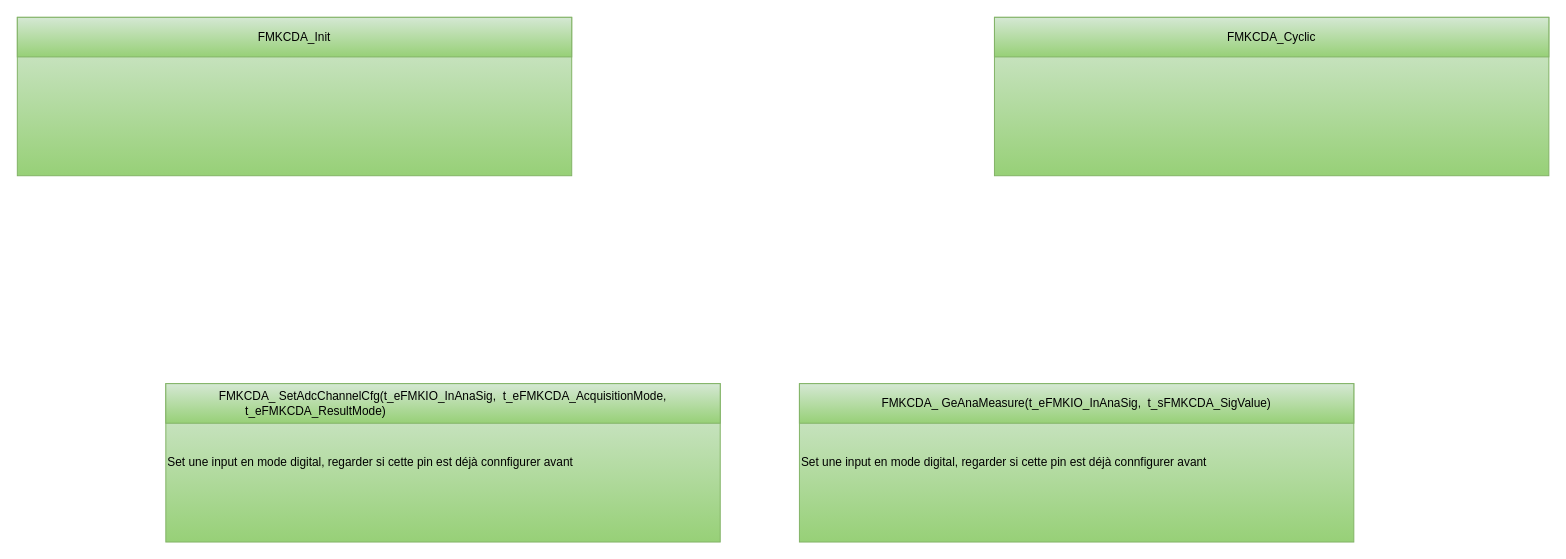
mbarbeau0545/Stm32PrjTpl keeps this draw.io diagram as page "API" (3 of 9) of src/1_FMK/FMK_HAL/FMK_CDA/Doc/FMK_CDA.drawio. Above is the earlier version. Source tidied: cells renumbered, new cells numbered last; positions are measured from the earlier drawing's top-left corner, leaving out a move shared by most shapes. Both pictures are drawn from the tidied source at 99%, with x=0, y=0 at pixel (17, 17).
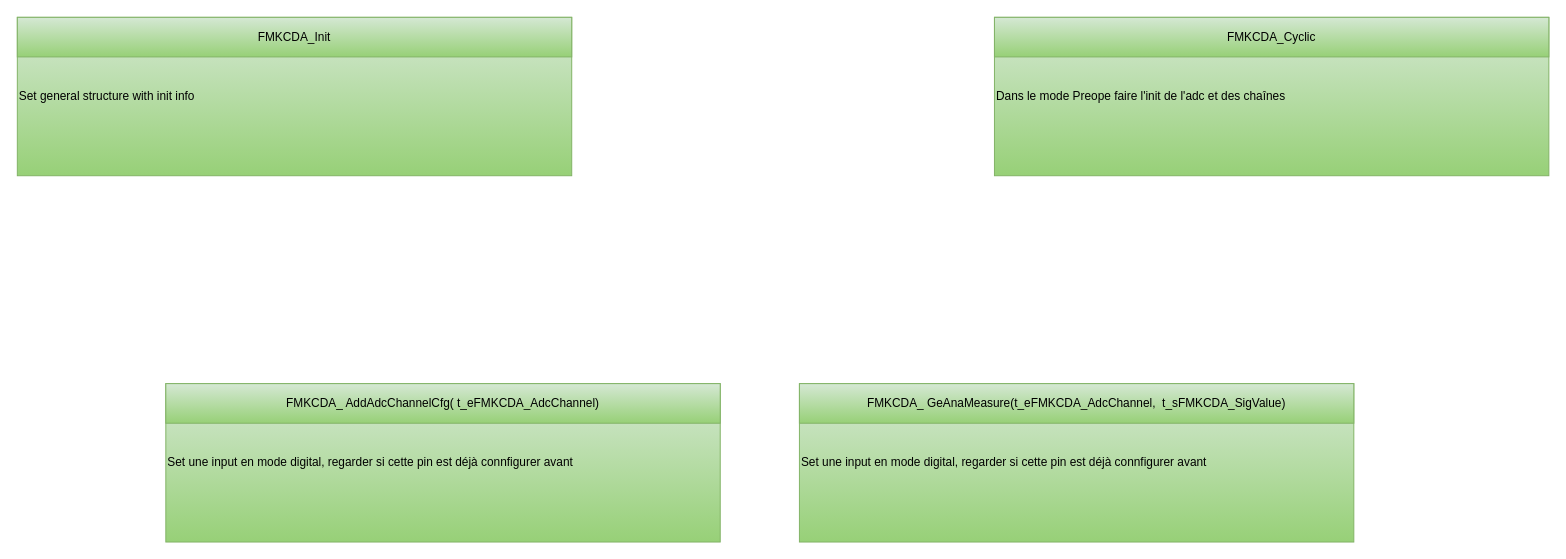
Above is the later version.

What changed in the source:
```diff
@@
 <mxGraphModel>
   <root>
     <mxCell id="0" />
     <mxCell id="1" parent="0" />
     <mxCell id="2" style="group;" parent="1" vertex="1">
       <mxGeometry x="150" y="370" width="560" height="160" as="geometry" />
     </mxCell>
     <mxCell id="3" value="Set une input en mode digital, regarder si cette pin est déjà connfigurer avant&amp;nbsp;" style="rounded=0;whiteSpace=wrap;html=1;fillColor=#d5e8d4;gradientColor=#97d077;strokeColor=#82b366;fontColor=#000000;align=left;" parent="2" vertex="1">
       <mxGeometry width="560" height="160" as="geometry" />
     </mxCell>
-    <mxCell id="4" value="&lt;div style=&quot;text-align: left;&quot;&gt;&lt;span style=&quot;background-color: initial;&quot;&gt;FMK&lt;span style=&quot;text-wrap: nowrap;&quot;&gt;CDA_ SetAdcChannelCfg(t_eFMKIO_InAnaSig,&amp;nbsp;&amp;nbsp;&lt;/span&gt;&lt;/span&gt;&lt;span style=&quot;text-wrap: nowrap; background-color: initial;&quot;&gt;t_eFMKCDA_AcquisitionMode,&lt;/span&gt;&lt;/div&gt;&lt;div style=&quot;text-align: left;&quot;&gt;&lt;span style=&quot;text-wrap: nowrap;&quot;&gt;&lt;span style=&quot;white-space: pre;&quot;&gt;&#9;&lt;/span&gt;t_eFMKCDA_ResultMode)&lt;/span&gt;&lt;span style=&quot;text-wrap: nowrap; background-color: initial;&quot;&gt;&lt;br&gt;&lt;/span&gt;&lt;/div&gt;" style="rounded=0;whiteSpace=wrap;html=1;fillColor=#d5e8d4;gradientColor=#97d077;strokeColor=#82b366;fontColor=#000000;" parent="2" vertex="1">
+    <mxCell id="4" value="&lt;div style=&quot;text-align: left;&quot;&gt;&lt;span style=&quot;background-color: initial;&quot;&gt;FMK&lt;span style=&quot;text-wrap: nowrap;&quot;&gt;CDA_ AddAdcChannelCfg( t_eFMKCDA_AdcChannel&lt;/span&gt;&lt;/span&gt;&lt;span style=&quot;text-wrap: nowrap; background-color: initial;&quot;&gt;)&lt;/span&gt;&lt;br&gt;&lt;/div&gt;" style="rounded=0;whiteSpace=wrap;html=1;fillColor=#d5e8d4;gradientColor=#97d077;strokeColor=#82b366;fontColor=#000000;" parent="2" vertex="1">
       <mxGeometry width="560" height="40" as="geometry" />
     </mxCell>
     <mxCell id="5" style="group;" parent="1" vertex="1">
       <mxGeometry x="790" y="370" width="560" height="160" as="geometry" />
     </mxCell>
     <mxCell id="6" value="Set une input en mode digital, regarder si cette pin est déjà connfigurer avant&amp;nbsp;" style="rounded=0;whiteSpace=wrap;html=1;fillColor=#d5e8d4;gradientColor=#97d077;strokeColor=#82b366;fontColor=#000000;align=left;" parent="5" vertex="1">
       <mxGeometry width="560" height="160" as="geometry" />
     </mxCell>
-    <mxCell id="7" value="&lt;div style=&quot;text-align: left;&quot;&gt;&lt;span style=&quot;background-color: initial;&quot;&gt;FMK&lt;span style=&quot;text-wrap: nowrap;&quot;&gt;CDA_ GeAnaMeasure(t_eFMKIO_InAnaSig,&amp;nbsp;&amp;nbsp;&lt;/span&gt;&lt;/span&gt;&lt;span style=&quot;text-wrap: nowrap; background-color: initial;&quot;&gt;t&lt;/span&gt;&lt;span style=&quot;text-wrap: nowrap; background-color: initial;&quot;&gt;_sFMKCDA_SigValue&lt;/span&gt;&lt;span style=&quot;background-color: initial; text-wrap: nowrap;&quot;&gt;)&lt;/span&gt;&lt;/div&gt;" style="rounded=0;whiteSpace=wrap;html=1;fillColor=#d5e8d4;gradientColor=#97d077;strokeColor=#82b366;fontColor=#000000;" parent="5" vertex="1">
+    <mxCell id="7" value="&lt;div style=&quot;text-align: left;&quot;&gt;&lt;span style=&quot;background-color: initial;&quot;&gt;FMK&lt;span style=&quot;text-wrap: nowrap;&quot;&gt;CDA_ GeAnaMeasure(&lt;/span&gt;&lt;/span&gt;&lt;span style=&quot;text-wrap: nowrap;&quot;&gt;t_eFMKCDA_AdcChannel&lt;/span&gt;&lt;span style=&quot;background-color: initial;&quot;&gt;&lt;span style=&quot;text-wrap: nowrap;&quot;&gt;,&amp;nbsp;&amp;nbsp;&lt;/span&gt;&lt;/span&gt;&lt;span style=&quot;text-wrap: nowrap; background-color: initial;&quot;&gt;t&lt;/span&gt;&lt;span style=&quot;text-wrap: nowrap; background-color: initial;&quot;&gt;_sFMKCDA_SigValue&lt;/span&gt;&lt;span style=&quot;background-color: initial; text-wrap: nowrap;&quot;&gt;)&lt;/span&gt;&lt;/div&gt;" style="rounded=0;whiteSpace=wrap;html=1;fillColor=#d5e8d4;gradientColor=#97d077;strokeColor=#82b366;fontColor=#000000;" parent="5" vertex="1">
       <mxGeometry width="560" height="40" as="geometry" />
     </mxCell>
     <mxCell id="8" style="group;" parent="1" vertex="1">
       <mxGeometry x="987" width="560" height="160" as="geometry" />
     </mxCell>
-    <mxCell id="9" style="rounded=0;whiteSpace=wrap;html=1;fillColor=#d5e8d4;gradientColor=#97d077;strokeColor=#82b366;fontColor=#000000;align=left;" parent="8" vertex="1">
+    <mxCell id="9" value="Dans le mode Preope faire l'init de l'adc et des chaînes" style="rounded=0;whiteSpace=wrap;html=1;fillColor=#d5e8d4;gradientColor=#97d077;strokeColor=#82b366;fontColor=#000000;align=left;" parent="8" vertex="1">
       <mxGeometry width="560" height="160" as="geometry" />
     </mxCell>
     <mxCell id="10" value="FMKCDA_Cyclic" style="rounded=0;whiteSpace=wrap;html=1;fillColor=#d5e8d4;gradientColor=#97d077;strokeColor=#82b366;fontColor=#000000;" parent="8" vertex="1">
       <mxGeometry width="560" height="40" as="geometry" />
     </mxCell>
     <mxCell id="11" style="group;" parent="1" vertex="1">
       <mxGeometry width="560" height="160" as="geometry" />
     </mxCell>
-    <mxCell id="12" style="rounded=0;whiteSpace=wrap;html=1;fillColor=#d5e8d4;gradientColor=#97d077;strokeColor=#82b366;fontColor=#000000;align=left;" parent="11" vertex="1">
+    <mxCell id="12" value="Set general structure with init info&amp;nbsp;" style="rounded=0;whiteSpace=wrap;html=1;fillColor=#d5e8d4;gradientColor=#97d077;strokeColor=#82b366;fontColor=#000000;align=left;" parent="11" vertex="1">
       <mxGeometry width="560" height="160" as="geometry" />
     </mxCell>
     <mxCell id="13" value="FMKCDA_Init" style="rounded=0;whiteSpace=wrap;html=1;fillColor=#d5e8d4;gradientColor=#97d077;strokeColor=#82b366;fontColor=#000000;" parent="11" vertex="1">
       <mxGeometry width="560" height="40" as="geometry" />
     </mxCell>
   </root>
 </mxGraphModel>
```
